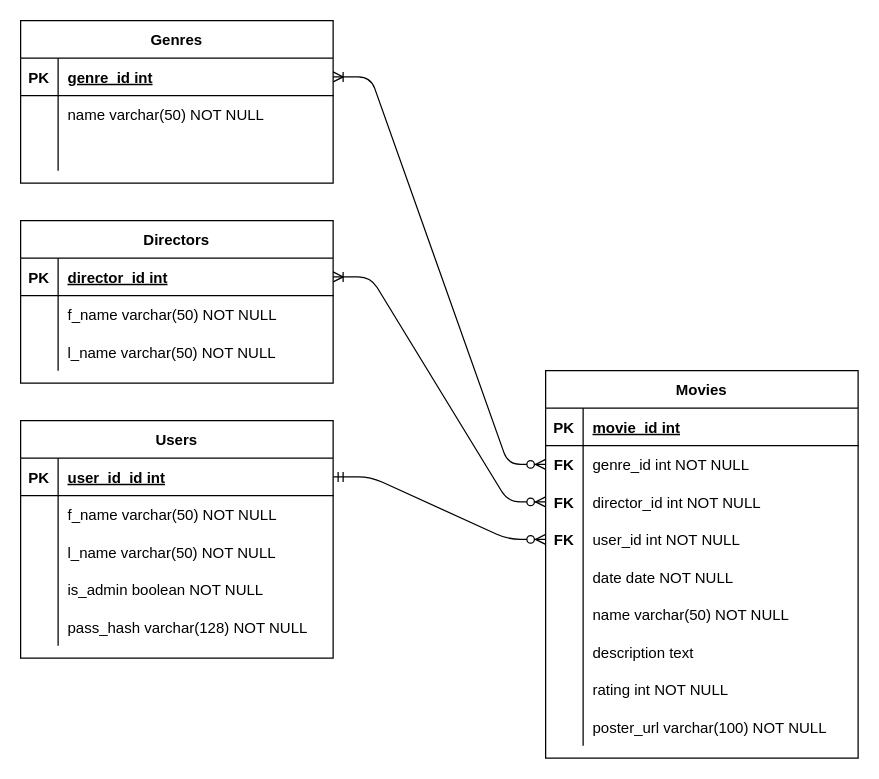
Earlier version of the draw.io diagram app/movie-rental-diagram.drawio (BogdanArtem/movies-rest-api). Source tidied: cells renumbered, new cells numbered last; positions are measured from the earlier drawing's top-left corner, leaving out a move shared by most shapes. Both pictures are drawn from the tidied source at 125%, with x=0, y=0 at pixel (20, 20).
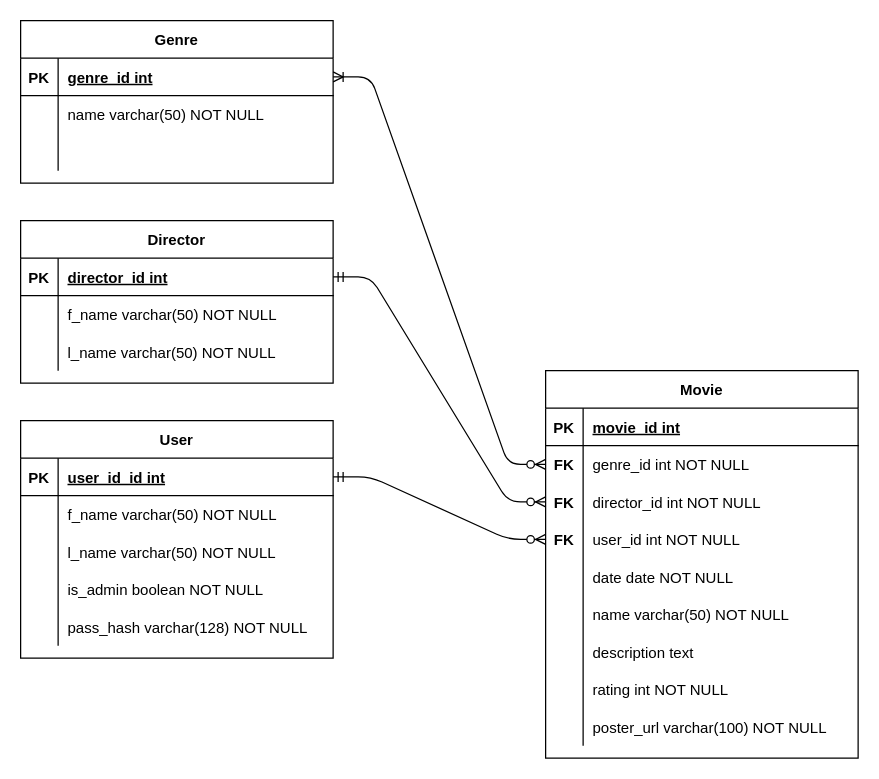
The same page after the edit.

Commit message (it also covers changes not shown here):
Changed M to M of director and movie to 1 to M

Unchanged cells that the change refers to:
```xml
<mxCell id="9" style="shape=partialRectangle;fillColor=none;points=[[0,0.5],[1,0.5]];portConstraint=eastwest;top=0;left=0;right=0;bottom=0;" parent="2" vertex="1">
  <mxGeometry y="90" width="250" height="30" as="geometry" />
</mxCell>
<mxCell id="31" style="shape=partialRectangle;fillColor=none;points=[[0,0.5],[1,0.5]];portConstraint=eastwest;top=0;left=0;right=0;bottom=1;" parent="30" vertex="1">
  <mxGeometry y="30" width="250" height="30" as="geometry" />
</mxCell>
```

The edit, as a diff of the source:
```diff
@@
-    <mxCell id="2" value="Movies" style="shape=table;startSize=30;childLayout=tableLayout;rowLines=0;fontStyle=1;align=center;" parent="1" vertex="1">
+    <mxCell id="2" value="Movie" style="shape=table;startSize=30;childLayout=tableLayout;rowLines=0;fontStyle=1;align=center;" parent="1" vertex="1">
       <mxGeometry x="420" y="280" width="250" height="310" as="geometry" />
     </mxCell>
@@
-    <mxCell id="30" value="Directors" style="shape=table;startSize=30;childLayout=tableLayout;rowLines=0;fontStyle=1;align=center;" parent="1" vertex="1">
+    <mxCell id="30" value="Director" style="shape=table;startSize=30;childLayout=tableLayout;rowLines=0;fontStyle=1;align=center;" parent="1" vertex="1">
       <mxGeometry y="160" width="250" height="130" as="geometry" />
     </mxCell>
@@
-    <mxCell id="40" value="Users" style="shape=table;startSize=30;childLayout=tableLayout;rowLines=0;fontStyle=1;align=center;" parent="1" vertex="1">
+    <mxCell id="40" value="User" style="shape=table;startSize=30;childLayout=tableLayout;rowLines=0;fontStyle=1;align=center;" parent="1" vertex="1">
       <mxGeometry y="320" width="250" height="190" as="geometry" />
     </mxCell>
@@
-    <mxCell id="56" value="Genres" style="shape=table;startSize=30;childLayout=tableLayout;rowLines=0;fontStyle=1;align=center;" parent="1" vertex="1">
+    <mxCell id="56" value="Genre" style="shape=table;startSize=30;childLayout=tableLayout;rowLines=0;fontStyle=1;align=center;" parent="1" vertex="1">
       <mxGeometry width="250" height="130" as="geometry" />
     </mxCell>
@@
-    <mxCell id="67" style="edgeStyle=entityRelationEdgeStyle;fontSize=12;html=1;endArrow=ERzeroToMany;startArrow=ERoneToMany;entryX=0;entryY=0.5;entryDx=0;entryDy=0;exitX=1;exitY=0.5;exitDx=0;exitDy=0;startFill=0;endFill=1;" parent="1" edge="1" source="31" target="9">
+    <mxCell id="67" style="edgeStyle=entityRelationEdgeStyle;fontSize=12;html=1;endArrow=ERzeroToMany;startArrow=ERmandOne;entryX=0;entryY=0.5;entryDx=0;entryDy=0;exitX=1;exitY=0.5;exitDx=0;exitDy=0;startFill=0;endFill=1;" parent="1" edge="1" source="31" target="9">
       <mxGeometry relative="1" as="geometry" />
     </mxCell>
```
